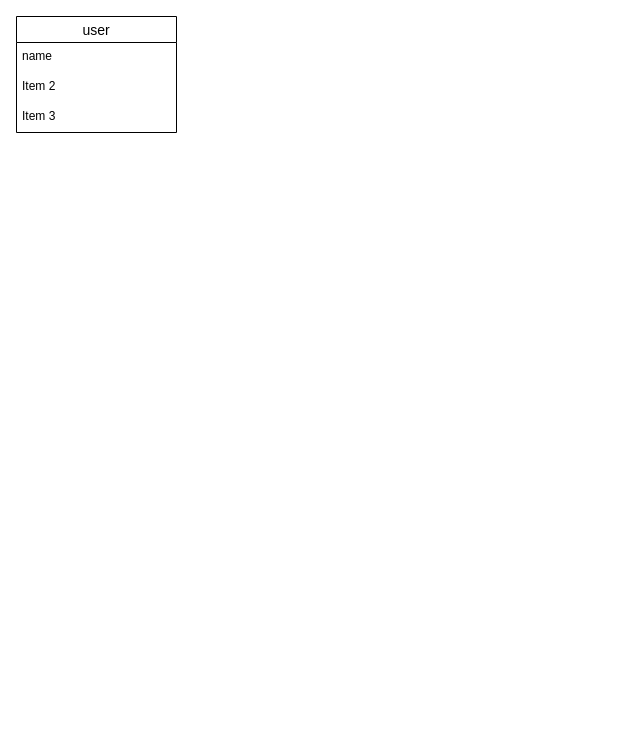
Above: work_together.dio in sekikazuya/work_together (draw.io), before the change. Source tidied: cells renumbered, new cells numbered last; positions are measured from the earlier drawing's top-left corner, leaving out a move shared by most shapes. Both pictures are drawn from the tidied source at 100%, with x=0, y=0 at pixel (16, 16).
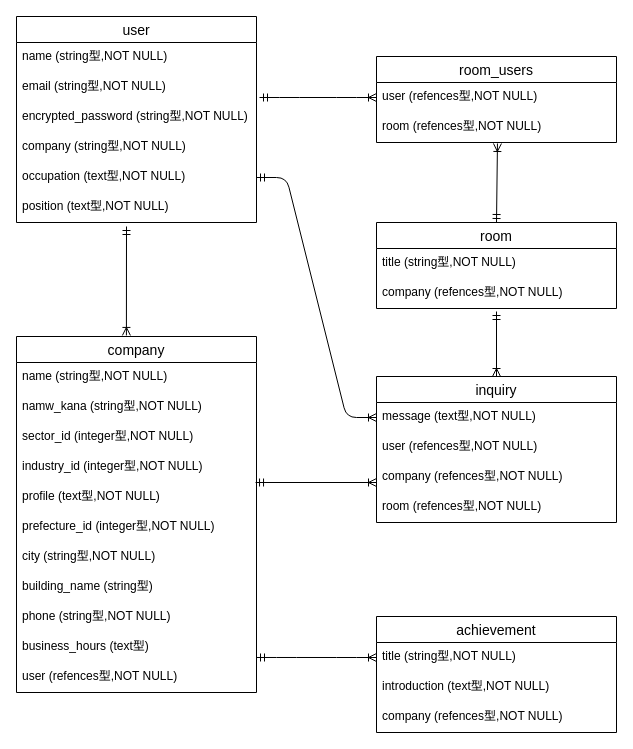
Above is the later version.

Change to the diagram source:
```diff
@@
     <mxCell id="2" value="user" style="swimlane;fontStyle=0;horizontal=1;startSize=26;align=center;fontSize=14;" parent="1" vertex="1">
-      <mxGeometry width="160" height="116" as="geometry" />
+      <mxGeometry width="240" height="206" as="geometry" />
     </mxCell>
-    <mxCell id="3" value="name" style="text;strokeColor=none;fillColor=none;spacingLeft=4;spacingRight=4;overflow=hidden;fontSize=12;" parent="2" vertex="1">
-      <mxGeometry y="26" width="160" height="30" as="geometry" />
+    <mxCell id="3" value="name (string型,NOT NULL)" style="text;strokeColor=none;fillColor=none;spacingLeft=4;spacingRight=4;overflow=hidden;fontSize=12;" parent="2" vertex="1">
+      <mxGeometry y="26" width="240" height="30" as="geometry" />
     </mxCell>
-    <mxCell id="4" value="Item 2" style="text;strokeColor=none;fillColor=none;spacingLeft=4;spacingRight=4;overflow=hidden;fontSize=12;" parent="2" vertex="1">
-      <mxGeometry y="56" width="160" height="30" as="geometry" />
+    <mxCell id="4" value="email (string型,NOT NULL)" style="text;strokeColor=none;fillColor=none;spacingLeft=4;spacingRight=4;overflow=hidden;fontSize=12;" parent="2" vertex="1">
+      <mxGeometry y="56" width="240" height="30" as="geometry" />
     </mxCell>
-    <mxCell id="5" value="Item 3" style="text;strokeColor=none;fillColor=none;spacingLeft=4;spacingRight=4;overflow=hidden;fontSize=12;" parent="2" vertex="1">
-      <mxGeometry y="86" width="160" height="30" as="geometry" />
+    <mxCell id="5" value="encrypted_password (string型,NOT NULL)" style="text;strokeColor=none;fillColor=none;spacingLeft=4;spacingRight=4;overflow=hidden;fontSize=12;" parent="2" vertex="1">
+      <mxGeometry y="86" width="240" height="30" as="geometry" />
     </mxCell>
+    <mxCell id="6" value="company (string型,NOT NULL)" style="text;strokeColor=none;fillColor=none;spacingLeft=4;spacingRight=4;overflow=hidden;fontSize=12;" parent="2" vertex="1">
+      <mxGeometry y="116" width="240" height="30" as="geometry" />
+    </mxCell>
+    <mxCell id="7" value="occupation (text型,NOT NULL)" style="text;strokeColor=none;fillColor=none;spacingLeft=4;spacingRight=4;overflow=hidden;points=[[0,0.5],[1,0.5]];portConstraint=eastwest;fontSize=12;" parent="2" vertex="1">
+      <mxGeometry y="146" width="240" height="30" as="geometry" />
+    </mxCell>
+    <mxCell id="8" value="position (text型,NOT NULL)" style="text;strokeColor=none;fillColor=none;spacingLeft=4;spacingRight=4;overflow=hidden;fontSize=12;" parent="2" vertex="1">
+      <mxGeometry y="176" width="240" height="30" as="geometry" />
+    </mxCell>
+    <mxCell id="9" value="company" style="swimlane;fontStyle=0;horizontal=1;startSize=26;align=center;fontSize=14;" parent="1" vertex="1">
+      <mxGeometry y="320" width="240" height="356" as="geometry" />
+    </mxCell>
+    <mxCell id="10" value="name (string型,NOT NULL)" style="text;strokeColor=none;fillColor=none;spacingLeft=4;spacingRight=4;overflow=hidden;fontSize=12;" parent="9" vertex="1">
+      <mxGeometry y="26" width="240" height="30" as="geometry" />
+    </mxCell>
+    <mxCell id="11" value="namw_kana (string型,NOT NULL)" style="text;strokeColor=none;fillColor=none;spacingLeft=4;spacingRight=4;overflow=hidden;fontSize=12;" parent="9" vertex="1">
+      <mxGeometry y="56" width="240" height="30" as="geometry" />
+    </mxCell>
+    <mxCell id="12" value="sector_id (integer型,NOT NULL)" style="text;strokeColor=none;fillColor=none;spacingLeft=4;spacingRight=4;overflow=hidden;fontSize=12;" parent="9" vertex="1">
+      <mxGeometry y="86" width="240" height="30" as="geometry" />
+    </mxCell>
+    <mxCell id="13" value="industry_id (integer型,NOT NULL)" style="text;strokeColor=none;fillColor=none;spacingLeft=4;spacingRight=4;overflow=hidden;fontSize=12;" parent="9" vertex="1">
+      <mxGeometry y="116" width="240" height="30" as="geometry" />
+    </mxCell>
+    <mxCell id="14" value="profile (text型,NOT NULL)" style="text;strokeColor=none;fillColor=none;spacingLeft=4;spacingRight=4;overflow=hidden;points=[[0,0.5],[1,0.5]];portConstraint=eastwest;fontSize=12;" parent="9" vertex="1">
+      <mxGeometry y="146" width="240" height="30" as="geometry" />
+    </mxCell>
+    <mxCell id="15" value="prefecture_id (integer型,NOT NULL)" style="text;strokeColor=none;fillColor=none;spacingLeft=4;spacingRight=4;overflow=hidden;fontSize=12;" parent="9" vertex="1">
+      <mxGeometry y="176" width="240" height="30" as="geometry" />
+    </mxCell>
+    <mxCell id="16" value="city (string型,NOT NULL)" style="text;strokeColor=none;fillColor=none;spacingLeft=4;spacingRight=4;overflow=hidden;fontSize=12;" parent="9" vertex="1">
+      <mxGeometry y="206" width="240" height="30" as="geometry" />
+    </mxCell>
+    <mxCell id="17" value="building_name (string型)" style="text;strokeColor=none;fillColor=none;spacingLeft=4;spacingRight=4;overflow=hidden;fontSize=12;" parent="9" vertex="1">
+      <mxGeometry y="236" width="240" height="30" as="geometry" />
+    </mxCell>
+    <mxCell id="18" value="phone (string型,NOT NULL)" style="text;strokeColor=none;fillColor=none;spacingLeft=4;spacingRight=4;overflow=hidden;fontSize=12;" parent="9" vertex="1">
+      <mxGeometry y="266" width="240" height="30" as="geometry" />
+    </mxCell>
+    <mxCell id="19" value="business_hours (text型)" style="text;strokeColor=none;fillColor=none;spacingLeft=4;spacingRight=4;overflow=hidden;points=[[0,0.5],[1,0.5]];portConstraint=eastwest;fontSize=12;" parent="9" vertex="1">
+      <mxGeometry y="296" width="240" height="30" as="geometry" />
+    </mxCell>
+    <mxCell id="20" value="user (refences型,NOT NULL)" style="text;strokeColor=none;fillColor=none;spacingLeft=4;spacingRight=4;overflow=hidden;fontSize=12;" parent="9" vertex="1">
+      <mxGeometry y="326" width="240" height="30" as="geometry" />
+    </mxCell>
+    <mxCell id="21" value="room_users" style="swimlane;fontStyle=0;horizontal=1;startSize=26;align=center;fontSize=14;" parent="1" vertex="1">
+      <mxGeometry x="360" y="40" width="240" height="86" as="geometry" />
+    </mxCell>
+    <mxCell id="22" value="user (refences型,NOT NULL)" style="text;strokeColor=none;fillColor=none;spacingLeft=4;spacingRight=4;overflow=hidden;points=[[0,0.5],[1,0.5]];portConstraint=eastwest;fontSize=12;" parent="21" vertex="1">
+      <mxGeometry y="26" width="240" height="30" as="geometry" />
+    </mxCell>
+    <mxCell id="23" value="room (refences型,NOT NULL)" style="text;strokeColor=none;fillColor=none;spacingLeft=4;spacingRight=4;overflow=hidden;points=[[0,0.5],[1,0.5]];portConstraint=eastwest;fontSize=12;" parent="21" vertex="1">
+      <mxGeometry y="56" width="240" height="30" as="geometry" />
+    </mxCell>
+    <mxCell id="24" value="room" style="swimlane;fontStyle=0;horizontal=1;startSize=26;align=center;fontSize=14;" parent="1" vertex="1">
+      <mxGeometry x="360" y="206" width="240" height="86" as="geometry" />
+    </mxCell>
+    <mxCell id="25" value="title (string型,NOT NULL)" style="text;strokeColor=none;fillColor=none;spacingLeft=4;spacingRight=4;overflow=hidden;fontSize=12;" parent="24" vertex="1">
+      <mxGeometry y="26" width="240" height="30" as="geometry" />
+    </mxCell>
+    <mxCell id="26" value="company (refences型,NOT NULL)" style="text;strokeColor=none;fillColor=none;spacingLeft=4;spacingRight=4;overflow=hidden;points=[[0,0.5],[1,0.5]];portConstraint=eastwest;fontSize=12;" parent="24" vertex="1">
+      <mxGeometry y="56" width="240" height="30" as="geometry" />
+    </mxCell>
+    <mxCell id="27" value="inquiry" style="swimlane;fontStyle=0;horizontal=1;startSize=26;align=center;fontSize=14;" parent="1" vertex="1">
+      <mxGeometry x="360" y="360" width="240" height="146" as="geometry" />
+    </mxCell>
+    <mxCell id="28" value="message (text型,NOT NULL)" style="text;strokeColor=none;fillColor=none;spacingLeft=4;spacingRight=4;overflow=hidden;points=[[0,0.5],[1,0.5]];portConstraint=eastwest;fontSize=12;" parent="27" vertex="1">
+      <mxGeometry y="26" width="240" height="30" as="geometry" />
+    </mxCell>
+    <mxCell id="29" value="user (refences型,NOT NULL)" style="text;strokeColor=none;fillColor=none;spacingLeft=4;spacingRight=4;overflow=hidden;fontSize=12;" parent="27" vertex="1">
+      <mxGeometry y="56" width="240" height="30" as="geometry" />
+    </mxCell>
+    <mxCell id="30" value="company (refences型,NOT NULL)" style="text;strokeColor=none;fillColor=none;spacingLeft=4;spacingRight=4;overflow=hidden;fontSize=12;" parent="27" vertex="1">
+      <mxGeometry y="86" width="240" height="30" as="geometry" />
+    </mxCell>
+    <mxCell id="31" value="room (refences型,NOT NULL)" style="text;strokeColor=none;fillColor=none;spacingLeft=4;spacingRight=4;overflow=hidden;fontSize=12;" parent="27" vertex="1">
+      <mxGeometry y="116" width="240" height="30" as="geometry" />
+    </mxCell>
+    <mxCell id="32" value="achievement" style="swimlane;fontStyle=0;horizontal=1;startSize=26;align=center;fontSize=14;" parent="1" vertex="1">
+      <mxGeometry x="360" y="600" width="240" height="116" as="geometry" />
+    </mxCell>
+    <mxCell id="33" value="title (string型,NOT NULL)" style="text;strokeColor=none;fillColor=none;spacingLeft=4;spacingRight=4;overflow=hidden;points=[[0,0.5],[1,0.5]];portConstraint=eastwest;fontSize=12;" parent="32" vertex="1">
+      <mxGeometry y="26" width="240" height="30" as="geometry" />
+    </mxCell>
+    <mxCell id="34" value="introduction (text型,NOT NULL)" style="text;strokeColor=none;fillColor=none;spacingLeft=4;spacingRight=4;overflow=hidden;fontSize=12;" parent="32" vertex="1">
+      <mxGeometry y="56" width="240" height="30" as="geometry" />
+    </mxCell>
+    <mxCell id="35" value="company (refences型,NOT NULL)" style="text;strokeColor=none;fillColor=none;spacingLeft=4;spacingRight=4;overflow=hidden;fontSize=12;" parent="32" vertex="1">
+      <mxGeometry y="86" width="240" height="30" as="geometry" />
+    </mxCell>
+    <mxCell id="36" style="fontSize=12;html=1;endArrow=ERoneToMany;startArrow=ERmandOne;entryX=0.458;entryY=-0.003;entryDx=0;entryDy=0;entryPerimeter=0;" parent="1" edge="1" target="9">
+      <mxGeometry relative="1" as="geometry">
+        <mxPoint x="110" y="210" as="sourcePoint" />
+      </mxGeometry>
+    </mxCell>
+    <mxCell id="37" style="edgeStyle=entityRelationEdgeStyle;fontSize=12;html=1;endArrow=ERoneToMany;startArrow=ERmandOne;entryX=0;entryY=0.5;entryDx=0;entryDy=0;" parent="1" edge="1" target="22">
+      <mxGeometry relative="1" as="geometry">
+        <mxPoint x="243" y="81" as="sourcePoint" />
+      </mxGeometry>
+    </mxCell>
+    <mxCell id="38" style="fontSize=12;html=1;endArrow=ERoneToMany;startArrow=ERmandOne;entryX=0.504;entryY=1.033;entryDx=0;entryDy=0;entryPerimeter=0;exitX=0.5;exitY=0;exitDx=0;exitDy=0;" parent="1" edge="1" source="24" target="23">
+      <mxGeometry relative="1" as="geometry" />
+    </mxCell>
+    <mxCell id="39" style="fontSize=12;html=1;endArrow=ERoneToMany;startArrow=ERmandOne;entryX=0.5;entryY=0;entryDx=0;entryDy=0;exitX=0.5;exitY=1.1;exitDx=0;exitDy=0;exitPerimeter=0;" parent="1" edge="1" source="26" target="27">
+      <mxGeometry relative="1" as="geometry" />
+    </mxCell>
+    <mxCell id="40" style="edgeStyle=entityRelationEdgeStyle;fontSize=12;html=1;endArrow=ERoneToMany;startArrow=ERmandOne;exitX=1;exitY=0.833;exitDx=0;exitDy=0;exitPerimeter=0;entryX=0;entryY=0.5;entryDx=0;entryDy=0;" parent="1" edge="1" source="19" target="33">
+      <mxGeometry relative="1" as="geometry" />
+    </mxCell>
+    <mxCell id="41" style="edgeStyle=entityRelationEdgeStyle;fontSize=12;html=1;endArrow=ERoneToMany;startArrow=ERmandOne;exitX=1;exitY=0.5;exitDx=0;exitDy=0;entryX=0;entryY=0.5;entryDx=0;entryDy=0;" parent="1" edge="1" source="7" target="28">
+      <mxGeometry relative="1" as="geometry" />
+    </mxCell>
+    <mxCell id="42" style="fontSize=12;html=1;endArrow=ERoneToMany;startArrow=ERmandOne;exitX=0.996;exitY=0;exitDx=0;exitDy=0;exitPerimeter=0;" parent="1" edge="1" source="14">
+      <mxGeometry relative="1" as="geometry">
+        <mxPoint x="360" y="466" as="targetPoint" />
+      </mxGeometry>
+    </mxCell>
```
